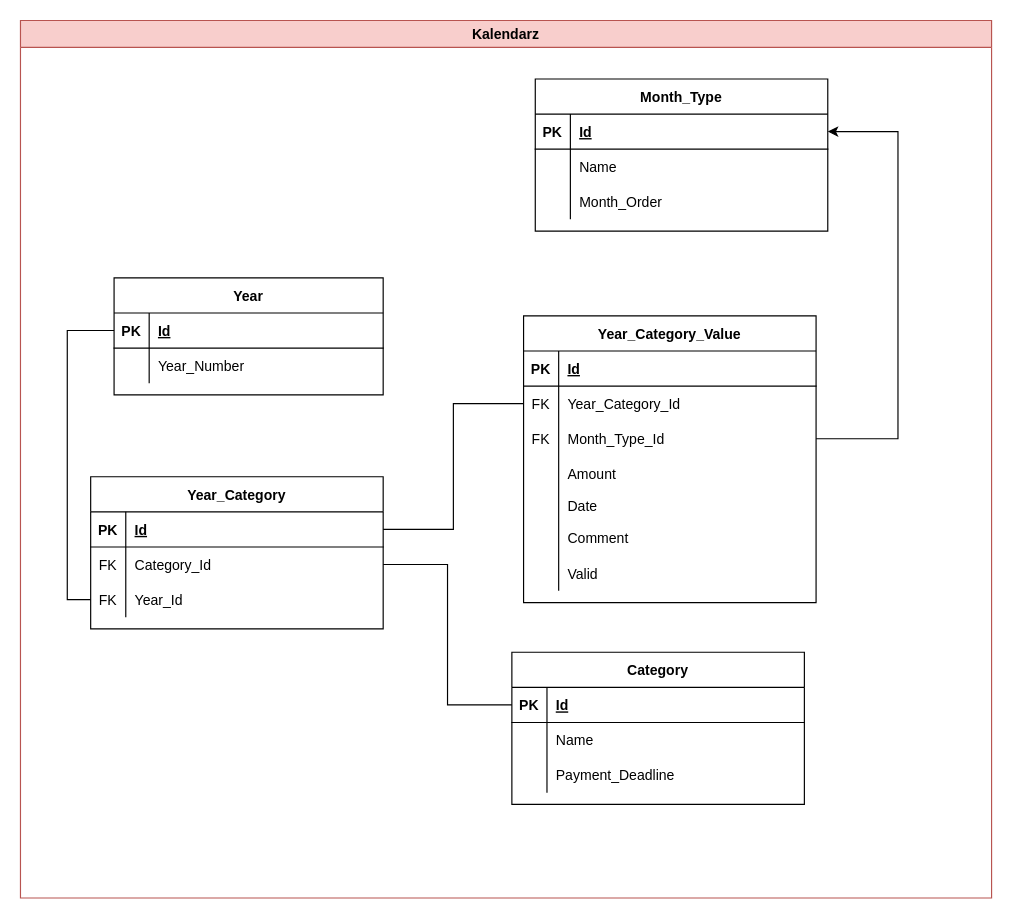
This is my_finances/my_finances_db_schema.drawio from lacoste125/draws_io, a draw.io file, before an edit. Source tidied: cells renumbered, new cells numbered last; positions are measured from the earlier drawing's top-left corner, leaving out a move shared by most shapes. Both pictures are drawn from the tidied source at 117%, with x=0, y=0 at pixel (20, 20).
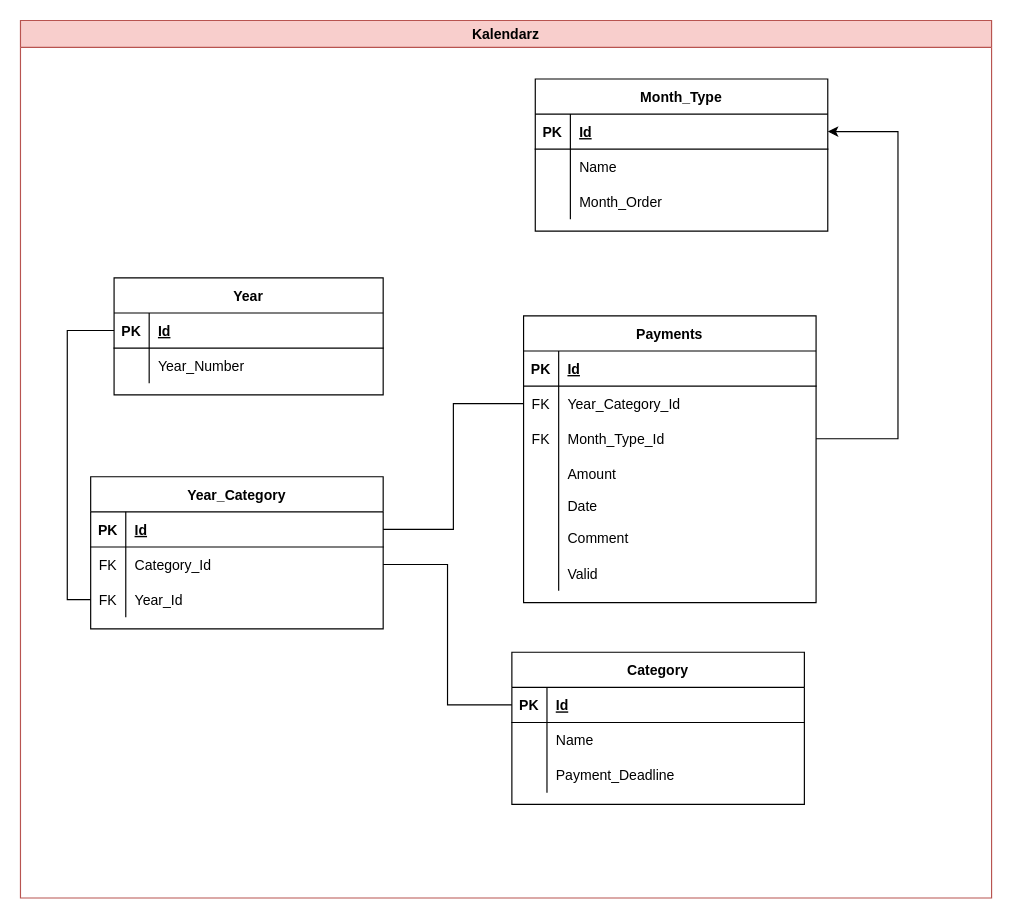
The same page after the edit.

Commit message:
MYSZ-26: renamed payment table

The change refers to these unchanged cells:
```xml
<mxCell id="2" value="Kalendarz" style="swimlane;whiteSpace=wrap;html=1;fillColor=#f8cecc;strokeColor=#b85450;" parent="1" vertex="1">
  <mxGeometry width="830" height="750" as="geometry" />
</mxCell>
```

The edit, as a diff of the source:
```diff
@@
-    <mxCell id="20" value="Year_Category_Value" style="shape=table;startSize=30;childLayout=tableLayout;rowLines=0;fontStyle=1;align=center;" parent="2" vertex="1">
+    <mxCell id="20" value="Payments" style="shape=table;startSize=30;childLayout=tableLayout;rowLines=0;fontStyle=1;align=center;" parent="2" vertex="1">
       <mxGeometry x="430" y="252.5" width="250" height="245" as="geometry" />
     </mxCell>
```
